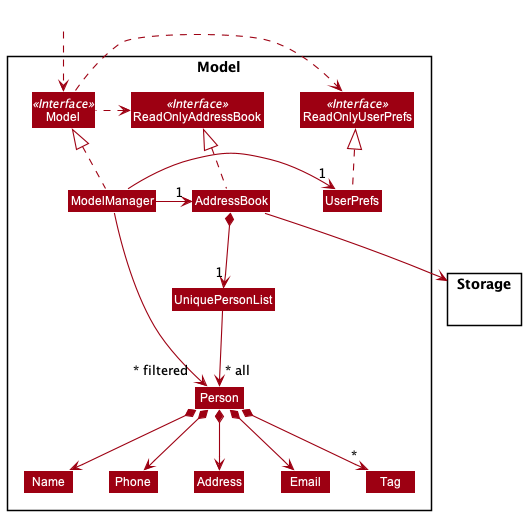
The PlantUML diagram docs/images/ModelClassDiagram.png in sheehui/tp, before a commit. Its source is kept beside it as docs/diagrams/ModelClassDiagram.puml. Its diagram source:
```plantuml
@startuml
!include style.puml
skinparam arrowThickness 1.1
skinparam arrowColor MODEL_COLOR
skinparam classBackgroundColor MODEL_COLOR

Package Model <<Rectangle>>{
Interface ReadOnlyAddressBook <<Interface>>
Interface ReadOnlyUserPrefs <<Interface>>
Interface Model <<Interface>>
Class AddressBook
Class ReadOnlyAddressBook
Class Model
Class ModelManager
Class UserPrefs
Class ReadOnlyUserPrefs


Class UniquePersonList
Class Person
Class Address
Class Email
Class Name
Class Phone
Class Tag

}

package Storage{
}

Class HiddenOutside #FFFFFF
HiddenOutside ..> Model

AddressBook .up.|> ReadOnlyAddressBook

AddressBook --> Storage
ModelManager .up.|> Model
Model .right.> ReadOnlyUserPrefs
Model .left.> ReadOnlyAddressBook
ModelManager -left-> "1" AddressBook
ModelManager -right-> "1" UserPrefs
UserPrefs .up.|> ReadOnlyUserPrefs

AddressBook *--> "1" UniquePersonList
UniquePersonList --> "~* all" Person
Person *--> Name
Person *--> Phone
Person *--> Email
Person *--> Address
Person *--> "*" Tag

Name -[hidden]right-> Phone
Phone -[hidden]right-> Address
Address -[hidden]right-> Email

ModelManager -->"~* filtered" Person
@enduml
```
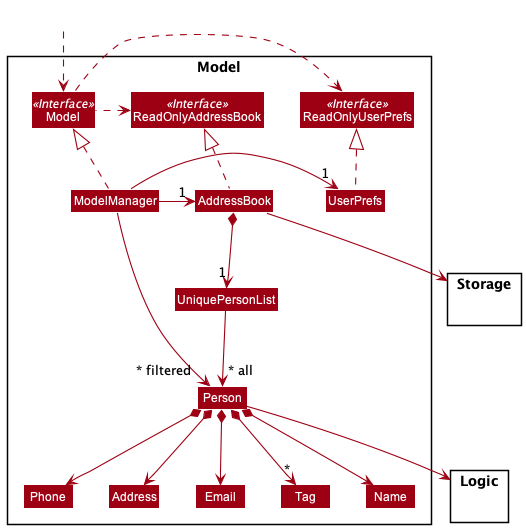
After the change.

What changed in the source:
```diff
@@ -29,6 +29,9 @@
 package Storage{
 }
 
+package Logic{
+}
+
 Class HiddenOutside #FFFFFF
 HiddenOutside ..> Model
 
@@ -44,6 +47,7 @@
 
 AddressBook *--> "1" UniquePersonList
 UniquePersonList --> "~* all" Person
+Person --> Logic
 Person *--> Name
 Person *--> Phone
 Person *--> Email
```
